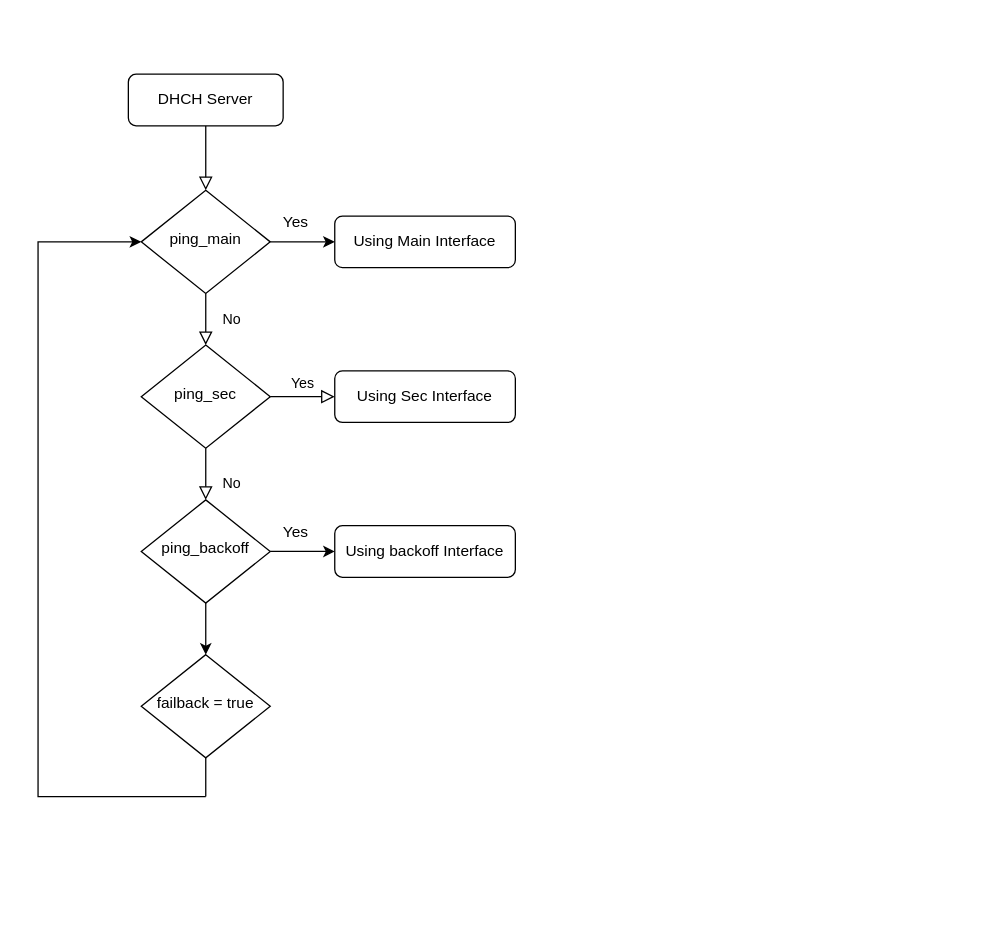
This is 未命名绘图.drawio from P0oxox/linux_bridge_PR, a draw.io file, before an edit. Source tidied: cells renumbered, new cells numbered last; positions are measured from the earlier drawing's top-left corner, leaving out a move shared by most shapes. Both pictures are drawn from the tidied source at 129%, with x=0, y=0 at pixel (37, 74).
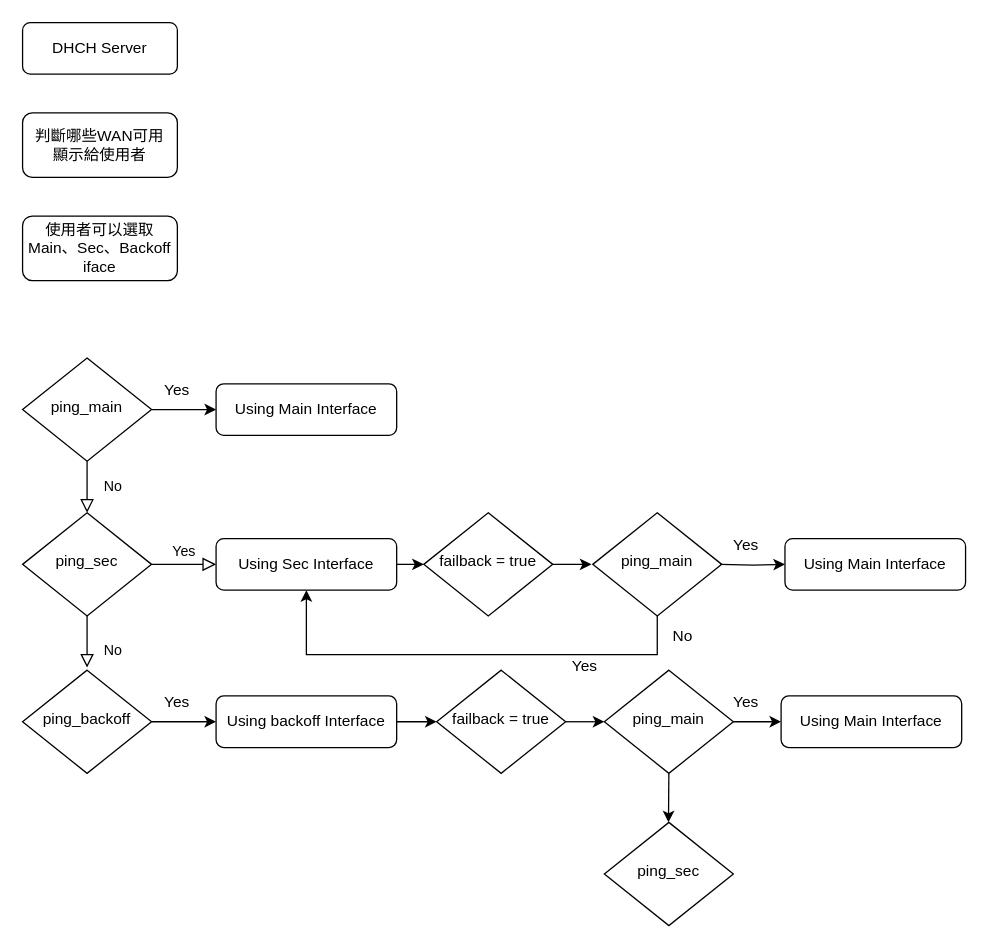
The same diagram, later.

Commit message:
更新未命名绘图.drawio

Change to the diagram source:
```diff
@@
-    <mxCell id="2" style="rounded=0;html=1;jettySize=auto;fontSize=11;endArrow=block;endFill=0;endSize=8;strokeWidth=1;shadow=0;labelBackgroundColor=none;edgeStyle=orthogonalEdgeStyle;" parent="1" edge="1" source="3" target="6">
-      <mxGeometry relative="1" as="geometry" />
-    </mxCell>
     <mxCell id="3" value="DHCH Server" style="rounded=1;whiteSpace=wrap;html=1;fontSize=12;glass=0;strokeWidth=1;shadow=0;" parent="1" vertex="1">
-      <mxGeometry x="70" width="120" height="40" as="geometry" />
+      <mxGeometry x="-12" y="-40" width="120" height="40" as="geometry" />
     </mxCell>
@@
     <mxCell id="6" value="ping_main" style="rhombus;whiteSpace=wrap;html=1;shadow=0;fontFamily=Helvetica;fontSize=12;align=center;strokeWidth=1;spacing=6;spacingTop=-4;" parent="1" vertex="1">
-      <mxGeometry x="80" y="90" width="100" height="80" as="geometry" />
+      <mxGeometry x="-12" y="220" width="100" height="80" as="geometry" />
     </mxCell>
     <mxCell id="7" value="Using Main Interface" style="rounded=1;whiteSpace=wrap;html=1;fontSize=12;glass=0;strokeWidth=1;shadow=0;" parent="1" vertex="1">
-      <mxGeometry x="230" y="110" width="140" height="40" as="geometry" />
+      <mxGeometry x="138" y="240" width="140" height="40" as="geometry" />
     </mxCell>
     <mxCell id="8" value="No" style="rounded=0;html=1;jettySize=auto;fontSize=11;endArrow=block;endFill=0;endSize=8;strokeWidth=1;shadow=0;labelBackgroundColor=none;edgeStyle=orthogonalEdgeStyle;" parent="1" edge="1" source="10">
       <mxGeometry x="0.33" y="20" relative="1" as="geometry">
-        <mxPoint x="130" y="330" as="targetPoint" />
+        <mxPoint x="38" y="460" as="targetPoint" />
         <Array as="points">
-          <mxPoint x="130" y="330" />
+          <mxPoint x="38" y="460" />
         </Array>
       </mxGeometry>
     </mxCell>
@@
     <mxCell id="10" value="ping_sec" style="rhombus;whiteSpace=wrap;html=1;shadow=0;fontFamily=Helvetica;fontSize=12;align=center;strokeWidth=1;spacing=6;spacingTop=-4;" parent="1" vertex="1">
-      <mxGeometry x="80" y="210" width="100" height="80" as="geometry" />
+      <mxGeometry x="-12" y="340" width="100" height="80" as="geometry" />
     </mxCell>
+    <mxCell id="21" style="edgeStyle=orthogonalEdgeStyle;rounded=0;jettySize=auto;html=1;exitX=1;exitY=0.5;exitDx=0;exitDy=0;entryX=0;entryY=0.5;entryDx=0;entryDy=0;" parent="1" edge="1" source="11" target="17">
+      <mxGeometry relative="1" as="geometry" />
+    </mxCell>
     <mxCell id="11" value="Using Sec Interface" style="rounded=1;whiteSpace=wrap;html=1;fontSize=12;glass=0;strokeWidth=1;shadow=0;" parent="1" vertex="1">
-      <mxGeometry x="230" y="230" width="140" height="40" as="geometry" />
+      <mxGeometry x="138" y="360" width="140" height="40" as="geometry" />
     </mxCell>
     <mxCell id="12" value="Yes" style="text;html=1;strokeColor=none;fillColor=none;align=center;verticalAlign=middle;whiteSpace=wrap;rounded=0;" parent="1" vertex="1">
-      <mxGeometry x="170" y="100" width="60" height="30" as="geometry" />
+      <mxGeometry x="78" y="230" width="60" height="30" as="geometry" />
     </mxCell>
@@
     <mxCell id="14" value="ping_backoff" style="rhombus;whiteSpace=wrap;html=1;shadow=0;fontFamily=Helvetica;fontSize=12;align=center;strokeWidth=1;spacing=6;spacingTop=-4;" parent="1" vertex="1">
-      <mxGeometry x="80" y="330" width="100" height="80" as="geometry" />
+      <mxGeometry x="-12" y="462" width="100" height="80" as="geometry" />
     </mxCell>
+    <mxCell id="22" style="edgeStyle=orthogonalEdgeStyle;rounded=0;jettySize=auto;html=1;exitX=1;exitY=0.5;exitDx=0;exitDy=0;entryX=0;entryY=0.5;entryDx=0;entryDy=0;" parent="1" edge="1" source="15" target="25">
+      <mxGeometry relative="1" as="geometry" />
+    </mxCell>
     <mxCell id="15" value="Using backoff Interface" style="rounded=1;whiteSpace=wrap;html=1;fontSize=12;glass=0;strokeWidth=1;shadow=0;" parent="1" vertex="1">
-      <mxGeometry x="230" y="350" width="140" height="40" as="geometry" />
+      <mxGeometry x="138" y="482" width="140" height="40" as="geometry" />
     </mxCell>
     <mxCell id="16" value="Yes" style="text;html=1;strokeColor=none;fillColor=none;align=center;verticalAlign=middle;whiteSpace=wrap;rounded=0;" parent="1" vertex="1">
-      <mxGeometry x="170" y="350" width="60" height="10" as="geometry" />
+      <mxGeometry x="78" y="482" width="60" height="10" as="geometry" />
     </mxCell>
+    <mxCell id="23" style="edgeStyle=orthogonalEdgeStyle;rounded=0;jettySize=auto;html=1;exitX=1;exitY=0.5;exitDx=0;exitDy=0;entryX=0;entryY=0.5;entryDx=0;entryDy=0;" parent="1" edge="1" source="17">
+      <mxGeometry relative="1" as="geometry">
+        <mxPoint x="429" y="380" as="targetPoint" />
+      </mxGeometry>
+    </mxCell>
     <mxCell id="17" value="failback = true" style="rhombus;whiteSpace=wrap;html=1;shadow=0;fontFamily=Helvetica;fontSize=12;align=center;strokeWidth=1;spacing=6;spacingTop=-4;" parent="1" vertex="1">
-      <mxGeometry x="80" y="450" width="100" height="80" as="geometry" />
+      <mxGeometry x="299" y="340" width="100" height="80" as="geometry" />
     </mxCell>
-    <mxCell id="18" style="endArrow=classic;html=1;rounded=0;exitX=0.5;exitY=1;exitDx=0;exitDy=0;entryX=0.5;entryY=0;entryDx=0;entryDy=0;" parent="1" edge="1" source="14" target="17">
-      <mxGeometry relative="1" as="geometry" />
-    </mxCell>
-    <mxCell id="19" style="endArrow=classic;html=1;rounded=0;entryX=0;entryY=0.5;entryDx=0;entryDy=0;" parent="1" edge="1" target="6">
-      <mxGeometry relative="1" as="geometry">
-        <mxPoint x="130" y="560" as="sourcePoint" />
-        <Array as="points">
-          <mxPoint y="560" />
-          <mxPoint y="130" />
-        </Array>
-      </mxGeometry>
-    </mxCell>
-    <mxCell id="20" style="endArrow=none;html=1;rounded=0;entryX=0.5;entryY=1;entryDx=0;entryDy=0;" parent="1" edge="1" target="17">
-      <mxGeometry relative="1" as="geometry">
-        <mxPoint x="130" y="560" as="sourcePoint" />
-      </mxGeometry>
-    </mxCell>
+    <mxCell id="24" style="edgeStyle=orthogonalEdgeStyle;rounded=0;jettySize=auto;html=1;exitX=1;exitY=0.5;exitDx=0;exitDy=0;entryX=0;entryY=0.5;entryDx=0;entryDy=0;" parent="1" edge="1" source="25" target="37">
+      <mxGeometry relative="1" as="geometry" />
+    </mxCell>
+    <mxCell id="25" value="failback = true" style="rhombus;whiteSpace=wrap;html=1;shadow=0;fontFamily=Helvetica;fontSize=12;align=center;strokeWidth=1;spacing=6;spacingTop=-4;" parent="1" vertex="1">
+      <mxGeometry x="309" y="462" width="100" height="80" as="geometry" />
+    </mxCell>
+    <mxCell id="26" value="判斷哪些WAN可用&lt;br&gt;顯示給使用者" style="rounded=1;whiteSpace=wrap;html=1;" parent="1" vertex="1">
+      <mxGeometry x="-12" y="30" width="120" height="50" as="geometry" />
+    </mxCell>
+    <mxCell id="27" value="使用者可以選取&lt;br&gt;Main、Sec、Backoff&lt;br&gt;iface" style="rounded=1;whiteSpace=wrap;html=1;" parent="1" vertex="1">
+      <mxGeometry x="-12" y="110" width="120" height="50" as="geometry" />
+    </mxCell>
+    <mxCell id="28" style="edgeStyle=orthogonalEdgeStyle;rounded=0;jettySize=auto;html=1;exitX=0.5;exitY=1;exitDx=0;exitDy=0;entryX=0.5;entryY=1;entryDx=0;entryDy=0;" parent="1" edge="1" source="29" target="11">
+      <mxGeometry relative="1" as="geometry">
+        <Array as="points">
+          <mxPoint x="480" y="450" />
+          <mxPoint x="208" y="450" />
+        </Array>
+      </mxGeometry>
+    </mxCell>
+    <mxCell id="29" value="ping_main" style="rhombus;whiteSpace=wrap;html=1;shadow=0;fontFamily=Helvetica;fontSize=12;align=center;strokeWidth=1;spacing=6;spacingTop=-4;" parent="1" vertex="1">
+      <mxGeometry x="430" y="340" width="100" height="80" as="geometry" />
+    </mxCell>
+    <mxCell id="30" value="Yes" style="text;html=1;strokeColor=none;fillColor=none;align=center;verticalAlign=middle;whiteSpace=wrap;rounded=0;" parent="1" vertex="1">
+      <mxGeometry x="409" y="455" width="30" height="7" as="geometry" />
+    </mxCell>
+    <mxCell id="31" style="edgeStyle=orthogonalEdgeStyle;rounded=0;jettySize=auto;html=1;exitX=1;exitY=0.5;exitDx=0;exitDy=0;entryX=0;entryY=0.5;entryDx=0;entryDy=0;" parent="1" edge="1" target="32">
+      <mxGeometry relative="1" as="geometry">
+        <mxPoint x="529" y="380" as="sourcePoint" />
+      </mxGeometry>
+    </mxCell>
+    <mxCell id="32" value="Using Main Interface" style="rounded=1;whiteSpace=wrap;html=1;fontSize=12;glass=0;strokeWidth=1;shadow=0;" parent="1" vertex="1">
+      <mxGeometry x="579" y="360" width="140" height="40" as="geometry" />
+    </mxCell>
+    <mxCell id="33" value="Yes" style="text;html=1;strokeColor=none;fillColor=none;align=center;verticalAlign=middle;whiteSpace=wrap;rounded=0;" parent="1" vertex="1">
+      <mxGeometry x="519" y="350" width="60" height="30" as="geometry" />
+    </mxCell>
+    <mxCell id="34" value="No" style="text;html=1;strokeColor=none;fillColor=none;align=center;verticalAlign=middle;whiteSpace=wrap;rounded=0;" parent="1" vertex="1">
+      <mxGeometry x="485" y="421" width="30" height="30" as="geometry" />
+    </mxCell>
+    <mxCell id="35" style="edgeStyle=orthogonalEdgeStyle;rounded=0;jettySize=auto;html=1;exitX=0.5;exitY=1;exitDx=0;exitDy=0;" parent="1" edge="1" source="37">
+      <mxGeometry relative="1" as="geometry">
+        <mxPoint x="488.7" y="580" as="targetPoint" />
+      </mxGeometry>
+    </mxCell>
+    <mxCell id="36" style="edgeStyle=orthogonalEdgeStyle;rounded=0;jettySize=auto;html=1;exitX=1;exitY=0.5;exitDx=0;exitDy=0;entryX=0;entryY=0.5;entryDx=0;entryDy=0;" parent="1" edge="1" source="37" target="38">
+      <mxGeometry relative="1" as="geometry" />
+    </mxCell>
+    <mxCell id="37" value="ping_main" style="rhombus;whiteSpace=wrap;html=1;shadow=0;fontFamily=Helvetica;fontSize=12;align=center;strokeWidth=1;spacing=6;spacingTop=-4;" parent="1" vertex="1">
+      <mxGeometry x="439" y="462" width="100" height="80" as="geometry" />
+    </mxCell>
+    <mxCell id="38" value="Using Main Interface" style="rounded=1;whiteSpace=wrap;html=1;fontSize=12;glass=0;strokeWidth=1;shadow=0;" parent="1" vertex="1">
+      <mxGeometry x="576" y="482" width="140" height="40" as="geometry" />
+    </mxCell>
+    <mxCell id="39" value="ping_sec" style="rhombus;whiteSpace=wrap;html=1;shadow=0;fontFamily=Helvetica;fontSize=12;align=center;strokeWidth=1;spacing=6;spacingTop=-4;" parent="1" vertex="1">
+      <mxGeometry x="439" y="580" width="100" height="80" as="geometry" />
+    </mxCell>
+    <mxCell id="40" value="Yes" style="text;html=1;strokeColor=none;fillColor=none;align=center;verticalAlign=middle;whiteSpace=wrap;rounded=0;" parent="1" vertex="1">
+      <mxGeometry x="519" y="477" width="60" height="20" as="geometry" />
+    </mxCell>
```
